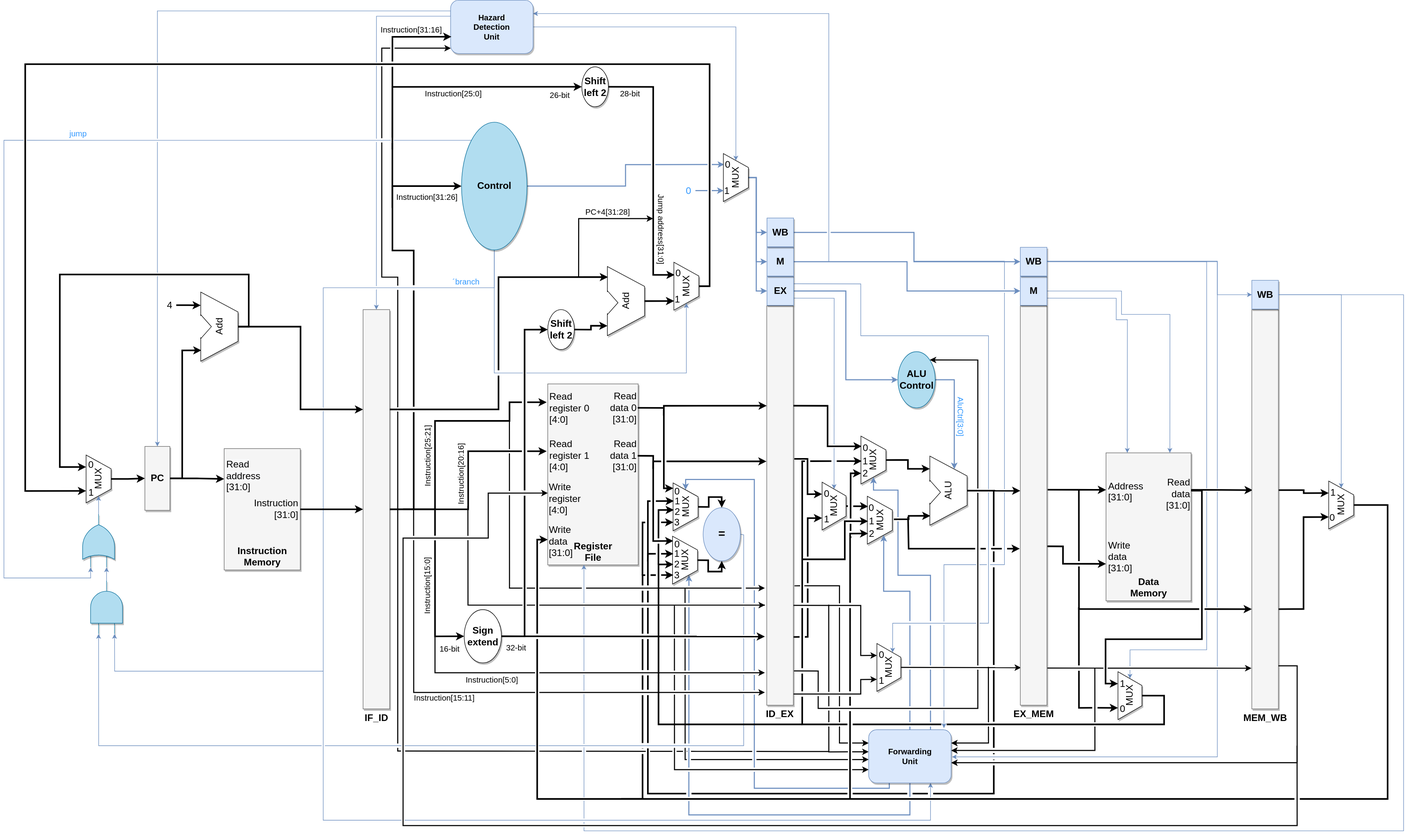
The draw.io diagram pipeline/alib/MIPS_structure.svg in UandersonSilva/MIPS, before a commit. Source tidied: cells renumbered, new cells last; positions are measured from the earlier drawing's top-left corner, leaving out a move shared by most shapes.
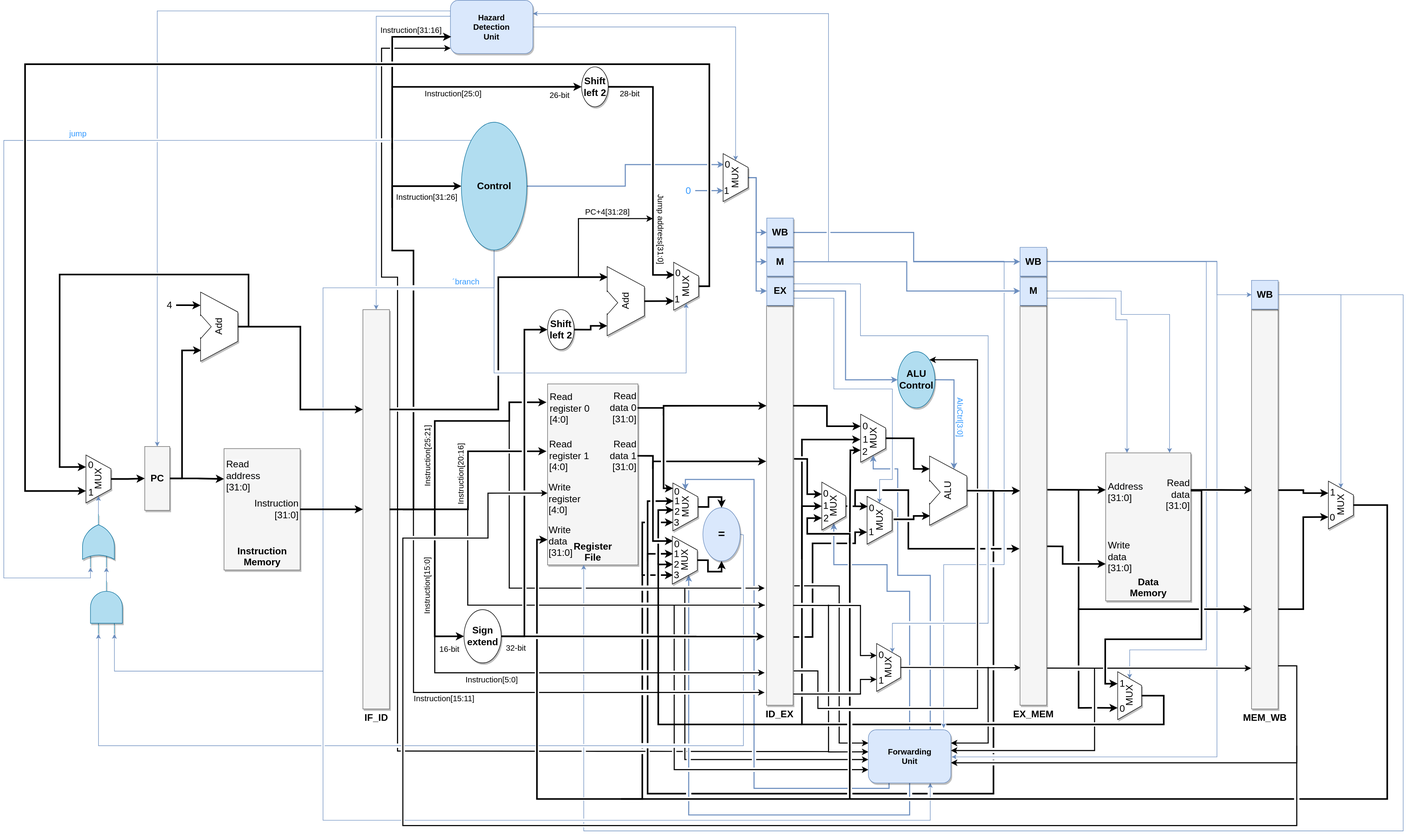
Later version of the same file.

Commit message:
structure corrected.

Change to the diagram source:
```diff
@@ -139,11 +139,11 @@
     <mxCell id="35" value="16-bit" style="text;html=1;strokeColor=none;fillColor=none;align=center;verticalAlign=middle;whiteSpace=wrap;rounded=0;shadow=0;fontSize=15;" parent="1" vertex="1">
       <mxGeometry x="815" y="1203" width="45" height="30" as="geometry" />
     </mxCell>
-    <mxCell id="36" style="edgeStyle=orthogonalEdgeStyle;rounded=0;jettySize=auto;html=1;entryX=0.136;entryY=0.985;entryDx=0;entryDy=0;entryPerimeter=0;strokeWidth=3;exitX=0.519;exitY=-0.064;exitDx=0;exitDy=0;exitPerimeter=0;" parent="1" edge="1" source="37" target="39">
+    <mxCell id="36" style="edgeStyle=orthogonalEdgeStyle;rounded=0;jettySize=auto;html=1;entryX=0.136;entryY=0.985;entryDx=0;entryDy=0;entryPerimeter=0;strokeWidth=3;exitX=0.519;exitY=-0.064;exitDx=0;exitDy=0;exitPerimeter=0;jumpStyle=gap;" parent="1" edge="1" source="37" target="39">
       <mxGeometry relative="1" as="geometry">
         <Array as="points">
-          <mxPoint x="1700" y="975" />
-          <mxPoint x="1700" y="968" />
+          <mxPoint x="1710" y="975" />
+          <mxPoint x="1710" y="968" />
         </Array>
       </mxGeometry>
     </mxCell>
@@ -214,17 +214,16 @@
     <mxCell id="52" value="0" style="text;html=1;strokeColor=none;fillColor=none;align=center;verticalAlign=middle;whiteSpace=wrap;rounded=0;shadow=1;fontSize=18;" parent="1" vertex="1">
       <mxGeometry x="1624" y="947.5" width="14" height="13" as="geometry" />
     </mxCell>
-    <mxCell id="53" style="edgeStyle=orthogonalEdgeStyle;rounded=0;jumpStyle=gap;jettySize=auto;html=1;exitX=0;exitY=0;exitDx=0;exitDy=0;strokeWidth=3;entryX=0;entryY=0.5;entryDx=0;entryDy=0;" parent="1" edge="1" target="54">
+    <mxCell id="53" style="edgeStyle=orthogonalEdgeStyle;rounded=0;jumpStyle=gap;jettySize=auto;html=1;exitX=0;exitY=0;exitDx=0;exitDy=0;strokeWidth=3;entryX=0.5;entryY=0;entryDx=0;entryDy=0;" parent="1" edge="1" target="157">
       <mxGeometry relative="1" as="geometry">
         <mxPoint x="1500" y="1050" as="sourcePoint" />
         <Array as="points">
-          <mxPoint x="1580" y="1050" />
-          <mxPoint x="1580" y="978" />
+          <mxPoint x="1500" y="950" />
         </Array>
       </mxGeometry>
     </mxCell>
     <mxCell id="54" value="1" style="text;html=1;strokeColor=none;fillColor=none;align=center;verticalAlign=middle;whiteSpace=wrap;rounded=0;shadow=1;fontSize=18;" parent="1" vertex="1">
-      <mxGeometry x="1624" y="972" width="13" height="13" as="geometry" />
+      <mxGeometry x="1624" y="992.5" width="13" height="13" as="geometry" />
     </mxCell>
     <mxCell id="55" value="1" style="text;html=1;strokeColor=none;fillColor=none;align=center;verticalAlign=middle;whiteSpace=wrap;rounded=0;shadow=1;fontSize=18;" parent="1" vertex="1">
       <mxGeometry x="2491" y="918.5" width="13" height="13" as="geometry" />
@@ -440,7 +439,7 @@
         </Array>
       </mxGeometry>
     </mxCell>
-    <mxCell id="96" style="edgeStyle=orthogonalEdgeStyle;rounded=0;jettySize=auto;html=1;exitX=1;exitY=0.25;exitDx=0;exitDy=0;entryX=0;entryY=0.25;entryDx=0;entryDy=0;strokeWidth=3;" parent="1" edge="1" source="98" target="136">
+    <mxCell id="96" style="edgeStyle=orthogonalEdgeStyle;rounded=0;jettySize=auto;html=1;exitX=1;exitY=0.25;exitDx=0;exitDy=0;entryX=0.75;entryY=0;entryDx=0;entryDy=0;strokeWidth=3;" parent="1" edge="1" source="98" target="135">
       <mxGeometry relative="1" as="geometry" />
     </mxCell>
     <mxCell id="97" style="edgeStyle=orthogonalEdgeStyle;rounded=0;jumpStyle=gap;jettySize=auto;html=1;exitX=1;exitY=0.75;exitDx=0;exitDy=0;strokeWidth=2;entryX=0.75;entryY=0;entryDx=0;entryDy=0;" parent="1" edge="1" source="98" target="27">
@@ -543,8 +542,16 @@
         </Array>
       </mxGeometry>
     </mxCell>
-    <mxCell id="114" style="edgeStyle=orthogonalEdgeStyle;rounded=0;jumpStyle=gap;jettySize=auto;html=1;exitX=1;exitY=0.75;exitDx=0;exitDy=0;entryX=1;entryY=0.5;entryDx=0;entryDy=0;strokeWidth=1;fontSize=15;fillColor=#dae8fc;strokeColor=#6c8ebf;" parent="1" edge="1" source="115" target="157">
-      <mxGeometry relative="1" as="geometry" />
+    <mxCell id="114" style="edgeStyle=orthogonalEdgeStyle;rounded=0;jumpStyle=gap;jettySize=auto;html=1;exitX=1;exitY=0.75;exitDx=0;exitDy=0;entryX=1;entryY=0.5;entryDx=0;entryDy=0;strokeWidth=1;fontSize=15;fillColor=#dae8fc;strokeColor=#6c8ebf;" parent="1" edge="1" source="115" target="37">
+      <mxGeometry relative="1" as="geometry">
+        <Array as="points">
+          <mxPoint x="1560" y="560" />
+          <mxPoint x="1560" y="730" />
+          <mxPoint x="1670" y="730" />
+          <mxPoint x="1670" y="900" />
+          <mxPoint x="1646" y="900" />
+        </Array>
+      </mxGeometry>
     </mxCell>
     <mxCell id="115" value="&lt;b&gt;EX&lt;/b&gt;" style="whiteSpace=wrap;html=1;shadow=1;fontSize=18;fillColor=#dae8fc;strokeColor=#6c8ebf;verticalAlign=middle;labelPosition=center;verticalLabelPosition=middle;align=center;" parent="1" vertex="1">
       <mxGeometry x="1434" y="519" width="50" height="54" as="geometry" />
@@ -650,57 +657,65 @@
     <mxCell id="131" value="Instruction[31:26]" style="text;html=1;strokeColor=none;fillColor=none;align=center;verticalAlign=middle;whiteSpace=wrap;rounded=0;shadow=0;fontSize=15;rotation=0;" parent="1" vertex="1">
       <mxGeometry x="735" y="358.5" width="120" height="20" as="geometry" />
     </mxCell>
-    <mxCell id="132" style="edgeStyle=orthogonalEdgeStyle;rounded=0;jumpStyle=gap;jettySize=auto;html=1;exitX=0;exitY=0.5;exitDx=0;exitDy=0;strokeWidth=3;entryX=0;entryY=0.5;entryDx=0;entryDy=0;" parent="1" edge="1" target="133">
+    <mxCell id="132" style="edgeStyle=orthogonalEdgeStyle;rounded=0;jumpStyle=gap;jettySize=auto;html=1;exitX=0;exitY=0.5;exitDx=0;exitDy=0;strokeWidth=3;entryX=0.25;entryY=0;entryDx=0;entryDy=0;" parent="1" edge="1" target="157">
       <mxGeometry relative="1" as="geometry">
         <mxPoint x="1590" y="1500" as="sourcePoint" />
         <Array as="points">
           <mxPoint x="1590" y="1002" />
+          <mxPoint x="1510" y="1002" />
+          <mxPoint x="1510" y="972" />
         </Array>
       </mxGeometry>
     </mxCell>
-    <mxCell id="133" value="2" style="text;html=1;strokeColor=none;fillColor=none;align=center;verticalAlign=middle;whiteSpace=wrap;rounded=0;shadow=1;fontSize=18;" parent="1" vertex="1">
-      <mxGeometry x="1624" y="995" width="13" height="13" as="geometry" />
-    </mxCell>
     <mxCell id="134" style="edgeStyle=orthogonalEdgeStyle;rounded=0;jettySize=auto;html=1;exitX=0.5;exitY=1;exitDx=0;exitDy=0;entryX=0.815;entryY=1;entryDx=0;entryDy=0;entryPerimeter=0;strokeWidth=3;" parent="1" edge="1" source="135" target="39">
-      <mxGeometry relative="1" as="geometry" />
+      <mxGeometry relative="1" as="geometry">
+        <Array as="points">
+          <mxPoint x="1710" y="822" />
+          <mxPoint x="1710" y="880" />
+        </Array>
+      </mxGeometry>
     </mxCell>
     <mxCell id="135" value="MUX" style="verticalLabelPosition=middle;verticalAlign=middle;shape=trapezoid;perimeter=trapezoidPerimeter;size=0.2884615384615385;arcSize=10;flipV=1;labelPosition=center;align=center;rotation=-90;shadow=1;html=1;whiteSpace=wrap;fontSize=18;" parent="1" vertex="1">
-      <mxGeometry x="1589" y="840" width="90" height="47" as="geometry" />
+      <mxGeometry x="1589" y="799" width="90" height="47" as="geometry" />
     </mxCell>
     <mxCell id="136" value="0" style="text;html=1;strokeColor=none;fillColor=none;align=center;verticalAlign=middle;whiteSpace=wrap;rounded=0;shadow=1;fontSize=18;" parent="1" vertex="1">
-      <mxGeometry x="1612" y="834.5" width="14" height="13" as="geometry" />
+      <mxGeometry x="1612" y="793.5" width="14" height="13" as="geometry" />
     </mxCell>
-    <mxCell id="137" style="edgeStyle=orthogonalEdgeStyle;rounded=0;jettySize=auto;html=1;exitX=0.5;exitY=1;exitDx=0;exitDy=0;entryX=0;entryY=0.5;entryDx=0;entryDy=0;strokeWidth=3;jumpStyle=gap;" parent="1" edge="1" source="202" target="138">
+    <mxCell id="137" style="edgeStyle=orthogonalEdgeStyle;rounded=0;jettySize=auto;html=1;exitX=0.5;exitY=1;exitDx=0;exitDy=0;strokeWidth=3;jumpStyle=gap;" parent="1" edge="1" source="202">
       <mxGeometry relative="1" as="geometry">
+        <mxPoint x="1610" y="825" as="targetPoint" />
         <Array as="points">
           <mxPoint x="2180" y="1306" />
           <mxPoint x="2180" y="1360" />
           <mxPoint x="1500" y="1360" />
-          <mxPoint x="1500" y="866" />
+          <mxPoint x="1500" y="825" />
+          <mxPoint x="1580" y="825" />
         </Array>
       </mxGeometry>
     </mxCell>
     <mxCell id="138" value="1" style="text;html=1;strokeColor=none;fillColor=none;align=center;verticalAlign=middle;whiteSpace=wrap;rounded=0;shadow=1;fontSize=18;" parent="1" vertex="1">
-      <mxGeometry x="1612" y="859" width="13" height="13" as="geometry" />
+      <mxGeometry x="1613" y="818" width="13" height="13" as="geometry" />
     </mxCell>
-    <mxCell id="139" style="edgeStyle=orthogonalEdgeStyle;rounded=0;jumpStyle=gap;orthogonalLoop=1;jettySize=auto;html=1;strokeWidth=3;entryX=0;entryY=0.5;entryDx=0;entryDy=0;" parent="1" edge="1">
+    <mxCell id="139" style="edgeStyle=orthogonalEdgeStyle;rounded=0;jumpStyle=gap;jettySize=auto;html=1;strokeWidth=3;entryX=0.25;entryY=0;entryDx=0;entryDy=0;" parent="1" edge="1" target="135">
       <mxGeometry relative="1" as="geometry">
-        <mxPoint x="1591" y="1010" as="sourcePoint" />
-        <mxPoint x="1611" y="888.5" as="targetPoint" />
+        <mxPoint x="1590" y="1020" as="sourcePoint" />
         <Array as="points">
-          <mxPoint x="1591" y="888" />
+          <mxPoint x="1590" y="1000" />
+          <mxPoint x="1591" y="1000" />
+          <mxPoint x="1591" y="845" />
         </Array>
       </mxGeometry>
     </mxCell>
     <mxCell id="140" value="2" style="text;html=1;strokeColor=none;fillColor=none;align=center;verticalAlign=middle;whiteSpace=wrap;rounded=0;shadow=1;fontSize=18;" parent="1" vertex="1">
-      <mxGeometry x="1612" y="882" width="13" height="13" as="geometry" />
+      <mxGeometry x="1612" y="841" width="13" height="13" as="geometry" />
     </mxCell>
     <mxCell id="141" style="edgeStyle=orthogonalEdgeStyle;rounded=0;orthogonalLoop=1;jettySize=auto;html=1;entryX=0;entryY=0.608;entryDx=0;entryDy=0;entryPerimeter=0;strokeWidth=3;jumpStyle=gap;" parent="1" edge="1">
       <mxGeometry relative="1" as="geometry">
-        <mxPoint x="1699" y="970" as="sourcePoint" />
+        <mxPoint x="1600" y="950" as="sourcePoint" />
         <mxPoint x="1909" y="1030" as="targetPoint" />
         <Array as="points">
-          <mxPoint x="1700" y="970" />
+          <mxPoint x="1600" y="920" />
+          <mxPoint x="1700" y="920" />
           <mxPoint x="1700" y="1030" />
         </Array>
       </mxGeometry>
@@ -727,16 +742,18 @@
         <Array as="points">
           <mxPoint x="1741" y="1080" />
           <mxPoint x="1680" y="1080" />
-          <mxPoint x="1680" y="920" />
-          <mxPoint x="1634" y="920" />
+          <mxPoint x="1680" y="880" />
+          <mxPoint x="1634" y="880" />
         </Array>
       </mxGeometry>
     </mxCell>
-    <mxCell id="145" style="edgeStyle=orthogonalEdgeStyle;rounded=0;jumpStyle=gap;jettySize=auto;html=1;exitX=0.5;exitY=0;exitDx=0;exitDy=0;strokeWidth=2;fontSize=15;fillColor=#dae8fc;strokeColor=#6c8ebf;entryX=0;entryY=0.75;entryDx=0;entryDy=0;" parent="1" edge="1" source="154" target="37">
+    <mxCell id="145" style="edgeStyle=orthogonalEdgeStyle;rounded=0;jumpStyle=gap;jettySize=auto;html=1;exitX=0.5;exitY=0;exitDx=0;exitDy=0;strokeWidth=2;fontSize=15;fillColor=#dae8fc;strokeColor=#6c8ebf;entryX=0;entryY=0.5;entryDx=0;entryDy=0;" parent="1" edge="1" source="154" target="157">
       <mxGeometry relative="1" as="geometry">
         <Array as="points">
           <mxPoint x="1703" y="1110" />
-          <mxPoint x="1653" y="1110" />
+          <mxPoint x="1660" y="1110" />
+          <mxPoint x="1660" y="1060" />
+          <mxPoint x="1560" y="1060" />
         </Array>
       </mxGeometry>
     </mxCell>
@@ -816,17 +833,24 @@
     <mxCell id="155" style="edgeStyle=orthogonalEdgeStyle;rounded=0;jumpStyle=gap;jettySize=auto;html=1;exitX=0.5;exitY=1;exitDx=0;exitDy=0;entryX=0;entryY=0.25;entryDx=0;entryDy=0;strokeWidth=3;fontSize=15;" parent="1" edge="1" source="157" target="52">
       <mxGeometry relative="1" as="geometry" />
     </mxCell>
-    <mxCell id="156" style="edgeStyle=orthogonalEdgeStyle;rounded=0;jumpStyle=gap;jettySize=auto;html=1;exitX=1.012;exitY=0.829;exitDx=0;exitDy=0;entryX=0.25;entryY=0;entryDx=0;entryDy=0;strokeWidth=3;fontSize=15;exitPerimeter=0;" parent="1" edge="1" source="98" target="157">
-      <mxGeometry relative="1" as="geometry" />
+    <mxCell id="156" style="edgeStyle=orthogonalEdgeStyle;rounded=0;jumpStyle=gap;jettySize=auto;html=1;exitX=1.012;exitY=0.829;exitDx=0;exitDy=0;strokeWidth=3;fontSize=15;exitPerimeter=0;entryX=0.25;entryY=0;entryDx=0;entryDy=0;" parent="1" edge="1" source="98" target="37">
+      <mxGeometry relative="1" as="geometry">
+        <Array as="points">
+          <mxPoint x="1520" y="1196" />
+          <mxPoint x="1520" y="1020" />
+          <mxPoint x="1600" y="1020" />
+          <mxPoint x="1600" y="999" />
+        </Array>
+      </mxGeometry>
     </mxCell>
     <mxCell id="157" value="MUX" style="verticalLabelPosition=middle;verticalAlign=middle;shape=trapezoid;perimeter=trapezoidPerimeter;size=0.2884615384615385;arcSize=10;flipV=1;labelPosition=center;align=center;rotation=-90;shadow=1;html=1;whiteSpace=wrap;fontSize=18;" parent="1" vertex="1">
       <mxGeometry x="1515" y="927.5" width="90" height="45" as="geometry" />
     </mxCell>
     <mxCell id="158" value="0" style="text;html=1;strokeColor=none;fillColor=none;align=center;verticalAlign=middle;whiteSpace=wrap;rounded=0;shadow=1;fontSize=18;" parent="1" vertex="1">
-      <mxGeometry x="1540.5" y="920" width="12" height="13" as="geometry" />
+      <mxGeometry x="1539.5" y="920" width="12" height="13" as="geometry" />
     </mxCell>
     <mxCell id="159" value="1" style="text;html=1;strokeColor=none;fillColor=none;align=center;verticalAlign=middle;whiteSpace=wrap;rounded=0;shadow=1;fontSize=18;" parent="1" vertex="1">
-      <mxGeometry x="1540.5" y="968" width="12" height="13" as="geometry" />
+      <mxGeometry x="1539.5" y="943" width="12" height="13" as="geometry" />
     </mxCell>
     <mxCell id="160" style="edgeStyle=orthogonalEdgeStyle;rounded=0;jumpStyle=gap;jettySize=auto;html=1;exitX=0;exitY=0.25;exitDx=0;exitDy=0;entryX=0.5;entryY=0;entryDx=0;entryDy=0;strokeWidth=1;fontFamily=Helvetica;fontSize=12;fontColor=default;fillColor=#dae8fc;strokeColor=#6c8ebf;" parent="1" edge="1" source="163" target="94">
       <mxGeometry relative="1" as="geometry">
@@ -1074,5 +1098,8 @@
     <mxCell id="209" value="Instruction[31:16]" style="text;html=1;strokeColor=none;fillColor=none;align=center;verticalAlign=middle;whiteSpace=wrap;rounded=0;shadow=0;fontSize=15;" parent="1" vertex="1">
       <mxGeometry x="703" y="47" width="125" height="17" as="geometry" />
     </mxCell>
+    <mxCell id="133" value="2" style="text;html=1;strokeColor=none;fillColor=none;align=center;verticalAlign=middle;whiteSpace=wrap;rounded=0;shadow=1;fontSize=18;" parent="1" vertex="1">
+      <mxGeometry x="1539.5" y="966" width="13" height="13" as="geometry" />
+    </mxCell>
   </root>
 </mxGraphModel>
```
